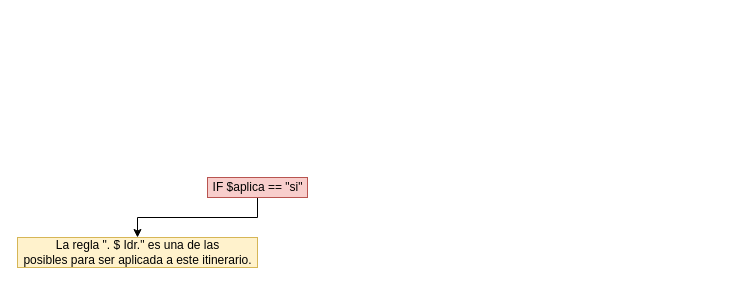
Earlier version of the draw.io diagram Untitled Diagram.drawio (tomaslvidal/bootstrap-4-setting-and-diagram-use). Source tidied: cells renumbered, new cells numbered last; positions are measured from the earlier drawing's top-left corner, leaving out a move shared by most shapes. Both pictures are drawn from the tidied source at 100%, with x=0, y=0 at pixel (17, 177).
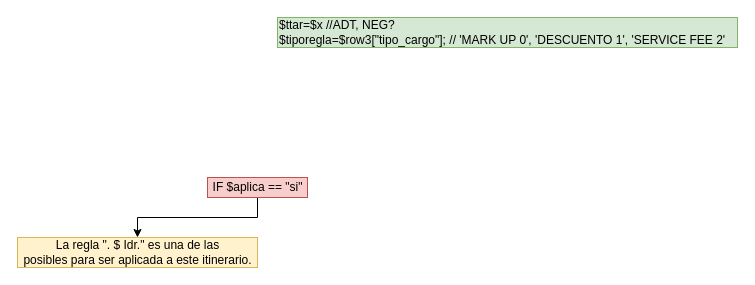
The same page after the edit.

Diff of the diagram source:
```diff
@@
 <mxGraphModel>
   <root>
     <mxCell id="0" />
     <mxCell id="1" parent="0" />
     <mxCell id="2" style="edgeStyle=orthogonalEdgeStyle;rounded=0;jettySize=auto;html=1;" parent="1" edge="1" source="3" target="4">
       <mxGeometry relative="1" as="geometry" />
     </mxCell>
     <mxCell id="3" value="IF $aplica == &quot;si&quot;&lt;br&gt;" style="text;html=1;align=center;verticalAlign=middle;points=[];fillColor=#f8cecc;strokeColor=#b85450;" parent="1" vertex="1">
       <mxGeometry x="190" width="100" height="20" as="geometry" />
     </mxCell>
     <mxCell id="4" value="La regla &quot;. $ Idr.&quot; es una de las &lt;br&gt;posibles para ser aplicada a este itinerario." style="text;html=1;align=center;verticalAlign=middle;points=[];fillColor=#fff2cc;strokeColor=#d6b656;" parent="1" vertex="1">
       <mxGeometry y="60" width="240" height="30" as="geometry" />
     </mxCell>
+    <mxCell id="5" value="&lt;div&gt;$ttar=$x //ADT, NEG?&lt;/div&gt;&lt;div&gt;$tiporegla=$row3[&quot;tipo_cargo&quot;]; // 'MARK UP 0', 'DESCUENTO 1', 'SERVICE FEE 2&lt;span&gt;'&lt;/span&gt;&lt;/div&gt;" style="text;html=1;align=left;verticalAlign=middle;fillColor=#d5e8d4;strokeColor=#82b366;" parent="1" vertex="1">
+      <mxGeometry x="260" y="-160" width="460" height="30" as="geometry" />
+    </mxCell>
   </root>
 </mxGraphModel>
```
